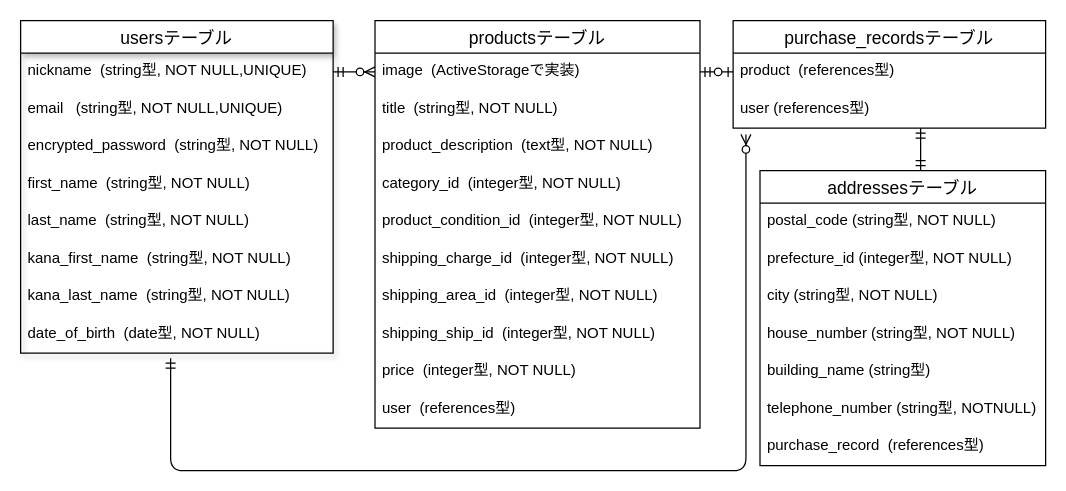
Above: page "ページ1" (1 of 2) of furima_ER.dio in hana-0612/furima-36029 (draw.io), before the change. Source tidied: cells renumbered, new cells numbered last; positions are measured from the earlier drawing's top-left corner, leaving out a move shared by most shapes. Both pictures are drawn from the tidied source at 125%, with x=0, y=0 at pixel (20, 20).
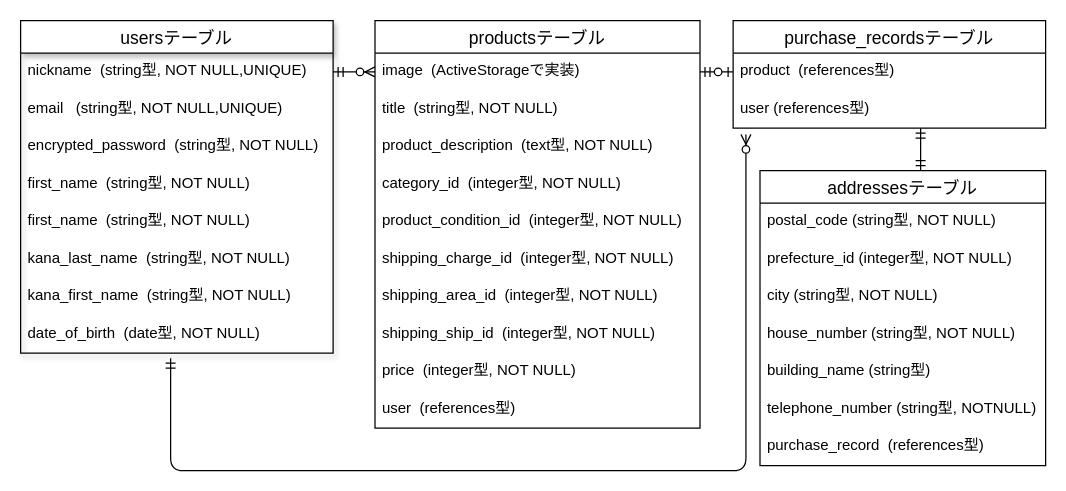
The same page after the edit.

Unchanged cells that the change refers to:
```xml
<mxCell id="2" value="usersテーブル" style="swimlane;fontStyle=0;horizontal=1;startSize=26;align=center;fontSize=14;shadow=1;verticalAlign=middle;" parent="1" vertex="1">
  <mxGeometry width="250" height="266" as="geometry" />
</mxCell>
```

Change to the diagram source:
```diff
@@
-    <mxCell id="7" value="last_name  (string型, NOT NULL)" style="text;strokeColor=none;fillColor=none;spacingLeft=4;spacingRight=4;overflow=hidden;fontSize=12;" parent="2" vertex="1">
+    <mxCell id="7" value="first_name  (string型, NOT NULL)" style="text;strokeColor=none;fillColor=none;spacingLeft=4;spacingRight=4;overflow=hidden;fontSize=12;" parent="2" vertex="1">
       <mxGeometry y="146" width="250" height="30" as="geometry" />
     </mxCell>
-    <mxCell id="8" value="kana_first_name  (string型, NOT NULL)" style="text;strokeColor=none;fillColor=none;spacingLeft=4;spacingRight=4;overflow=hidden;fontSize=12;" parent="2" vertex="1">
+    <mxCell id="8" value="kana_last_name  (string型, NOT NULL)" style="text;strokeColor=none;fillColor=none;spacingLeft=4;spacingRight=4;overflow=hidden;fontSize=12;" parent="2" vertex="1">
       <mxGeometry y="176" width="250" height="30" as="geometry" />
     </mxCell>
-    <mxCell id="9" value="kana_last_name  (string型, NOT NULL)" style="text;strokeColor=none;fillColor=none;spacingLeft=4;spacingRight=4;overflow=hidden;fontSize=12;" parent="2" vertex="1">
+    <mxCell id="9" value="kana_first_name  (string型, NOT NULL)" style="text;strokeColor=none;fillColor=none;spacingLeft=4;spacingRight=4;overflow=hidden;fontSize=12;" parent="2" vertex="1">
       <mxGeometry y="206" width="250" height="30" as="geometry" />
     </mxCell>
```
